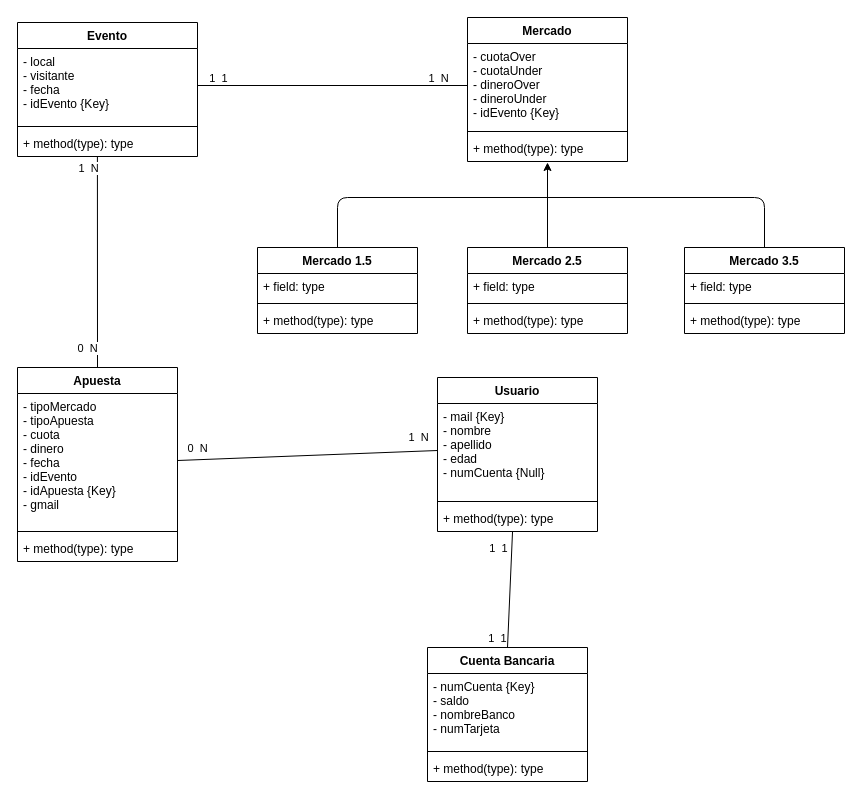
The draw.io diagram Modelos/Diseño conceptual.drawio in adrianjavier/PlaceMyBet2, before the edit. Source tidied: cells renumbered, new cells numbered last; positions are measured from the earlier drawing's top-left corner, leaving out a move shared by most shapes. Both pictures are drawn from the tidied source at 100%, with x=0, y=0 at pixel (17, 17).
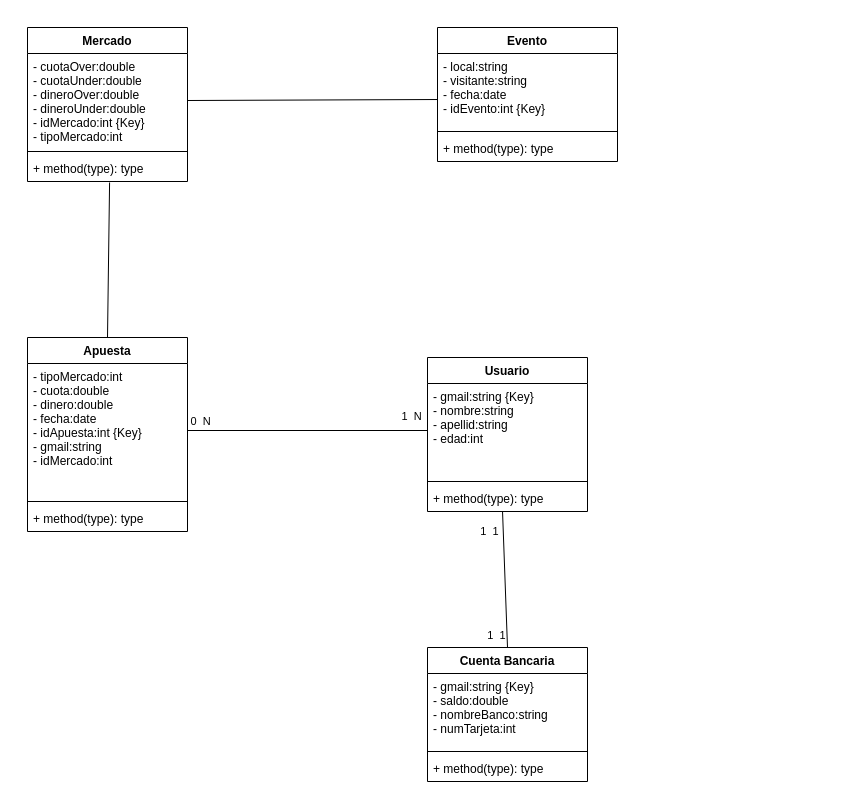
The same diagram, later.

The edit, as a diff of the source:
```diff
@@
-    <mxCell id="8" style="endArrow=none;html=1;entryX=1;entryY=0.5;entryDx=0;entryDy=0;exitX=0;exitY=0.5;exitDx=0;exitDy=0;endFill=0;" parent="1" edge="1" source="27" target="31">
-      <mxGeometry relative="1" as="geometry" />
-    </mxCell>
-    <mxCell id="9" value="1&amp;nbsp; N" style="edgeLabel;html=1;align=center;verticalAlign=middle;" parent="8" vertex="1">
-      <mxGeometry x="-0.24" y="-4" relative="1" as="geometry">
-        <mxPoint x="73" y="-4" as="offset" />
-      </mxGeometry>
-    </mxCell>
-    <mxCell id="10" value="1&amp;nbsp; 1" style="edgeLabel;html=1;align=center;verticalAlign=middle;" parent="8" vertex="1">
-      <mxGeometry x="0.09" y="-3" relative="1" as="geometry">
-        <mxPoint x="-103" y="-5" as="offset" />
-      </mxGeometry>
-    </mxCell>
-    <mxCell id="11" value="Mercado 2.5" style="swimlane;fontStyle=1;align=center;verticalAlign=top;horizontal=1;startSize=26;" parent="1" vertex="1">
-      <mxGeometry x="450" y="230" width="160" height="86" as="geometry" />
-    </mxCell>
-    <mxCell id="12" value="+ field: type" style="text;strokeColor=none;fillColor=none;align=left;verticalAlign=top;spacingLeft=4;spacingRight=4;overflow=hidden;" parent="11" vertex="1">
-      <mxGeometry y="26" width="160" height="26" as="geometry" />
-    </mxCell>
-    <mxCell id="13" style="line;strokeWidth=1;fillColor=none;align=left;verticalAlign=middle;spacingTop=-1;spacingLeft=3;spacingRight=3;labelPosition=right;" parent="11" vertex="1">
-      <mxGeometry y="52" width="160" height="8" as="geometry" />
-    </mxCell>
-    <mxCell id="14" value="+ method(type): type" style="text;strokeColor=none;fillColor=none;align=left;verticalAlign=top;spacingLeft=4;spacingRight=4;overflow=hidden;" parent="11" vertex="1">
-      <mxGeometry y="60" width="160" height="26" as="geometry" />
-    </mxCell>
-    <mxCell id="15" value="Mercado 1.5" style="swimlane;fontStyle=1;align=center;verticalAlign=top;horizontal=1;startSize=26;" parent="1" vertex="1">
-      <mxGeometry x="240" y="230" width="160" height="86" as="geometry" />
-    </mxCell>
-    <mxCell id="16" value="+ field: type" style="text;strokeColor=none;fillColor=none;align=left;verticalAlign=top;spacingLeft=4;spacingRight=4;overflow=hidden;" parent="15" vertex="1">
-      <mxGeometry y="26" width="160" height="26" as="geometry" />
-    </mxCell>
-    <mxCell id="17" style="line;strokeWidth=1;fillColor=none;align=left;verticalAlign=middle;spacingTop=-1;spacingLeft=3;spacingRight=3;labelPosition=right;" parent="15" vertex="1">
-      <mxGeometry y="52" width="160" height="8" as="geometry" />
-    </mxCell>
-    <mxCell id="18" value="+ method(type): type" style="text;strokeColor=none;fillColor=none;align=left;verticalAlign=top;spacingLeft=4;spacingRight=4;overflow=hidden;" parent="15" vertex="1">
-      <mxGeometry y="60" width="160" height="26" as="geometry" />
-    </mxCell>
-    <mxCell id="19" value="Mercado 3.5" style="swimlane;fontStyle=1;align=center;verticalAlign=top;horizontal=1;startSize=26;" parent="1" vertex="1">
-      <mxGeometry x="667" y="230" width="160" height="86" as="geometry" />
-    </mxCell>
-    <mxCell id="20" value="+ field: type" style="text;strokeColor=none;fillColor=none;align=left;verticalAlign=top;spacingLeft=4;spacingRight=4;overflow=hidden;" parent="19" vertex="1">
-      <mxGeometry y="26" width="160" height="26" as="geometry" />
-    </mxCell>
-    <mxCell id="21" style="line;strokeWidth=1;fillColor=none;align=left;verticalAlign=middle;spacingTop=-1;spacingLeft=3;spacingRight=3;labelPosition=right;" parent="19" vertex="1">
-      <mxGeometry y="52" width="160" height="8" as="geometry" />
-    </mxCell>
-    <mxCell id="22" value="+ method(type): type" style="text;strokeColor=none;fillColor=none;align=left;verticalAlign=top;spacingLeft=4;spacingRight=4;overflow=hidden;" parent="19" vertex="1">
-      <mxGeometry y="60" width="160" height="26" as="geometry" />
-    </mxCell>
-    <mxCell id="23" style="endArrow=none;html=1;exitX=0.5;exitY=0;exitDx=0;exitDy=0;endFill=0;" parent="1" edge="1" source="15">
-      <mxGeometry relative="1" as="geometry">
-        <mxPoint x="511" y="180" as="targetPoint" />
-        <Array as="points">
-          <mxPoint x="320" y="180" />
-        </Array>
-      </mxGeometry>
-    </mxCell>
-    <mxCell id="24" style="endArrow=none;html=1;exitX=0.5;exitY=0;exitDx=0;exitDy=0;endFill=0;" parent="1" edge="1" source="19">
-      <mxGeometry relative="1" as="geometry">
-        <mxPoint x="510" y="180" as="targetPoint" />
-        <Array as="points">
-          <mxPoint x="747" y="180" />
-        </Array>
-      </mxGeometry>
-    </mxCell>
-    <mxCell id="25" style="endArrow=classic;html=1;exitX=0.5;exitY=0;exitDx=0;exitDy=0;entryX=0.5;entryY=1.038;entryDx=0;entryDy=0;entryPerimeter=0;" parent="1" edge="1" source="11" target="29">
-      <mxGeometry relative="1" as="geometry" />
-    </mxCell>
+    <mxCell id="41" value="Cuenta Bancaria" style="swimlane;fontStyle=1;align=center;verticalAlign=top;horizontal=1;startSize=26;" parent="1" vertex="1">
+      <mxGeometry x="410" y="630" width="160" height="134" as="geometry" />
+    </mxCell>
+    <mxCell id="42" value="- gmail:string {Key}&#10;- saldo:double&#10;- nombreBanco:string&#10;- numTarjeta:int" style="text;strokeColor=none;fillColor=none;align=left;verticalAlign=top;spacingLeft=4;spacingRight=4;overflow=hidden;" parent="41" vertex="1">
+      <mxGeometry y="26" width="160" height="74" as="geometry" />
+    </mxCell>
+    <mxCell id="43" style="line;strokeWidth=1;fillColor=none;align=left;verticalAlign=middle;spacingTop=-1;spacingLeft=3;spacingRight=3;labelPosition=right;" parent="41" vertex="1">
+      <mxGeometry y="100" width="160" height="8" as="geometry" />
+    </mxCell>
+    <mxCell id="44" value="+ method(type): type" style="text;strokeColor=none;fillColor=none;align=left;verticalAlign=top;spacingLeft=4;spacingRight=4;overflow=hidden;" parent="41" vertex="1">
+      <mxGeometry y="108" width="160" height="26" as="geometry" />
+    </mxCell>
+    <mxCell id="30" value="Evento" style="swimlane;fontStyle=1;align=center;verticalAlign=top;horizontal=1;startSize=26;" parent="1" vertex="1">
+      <mxGeometry x="420" y="10" width="180" height="134" as="geometry" />
+    </mxCell>
+    <mxCell id="31" value="- local:string&#10;- visitante:string&#10;- fecha:date&#10;- idEvento:int {Key}" style="text;strokeColor=none;fillColor=none;align=left;verticalAlign=top;spacingLeft=4;spacingRight=4;overflow=hidden;points=[[0,0.5],[1,0.5]];portConstraint=eastwest;" parent="30" vertex="1">
+      <mxGeometry y="26" width="180" height="74" as="geometry" />
+    </mxCell>
+    <mxCell id="32" style="line;strokeWidth=1;fillColor=none;align=left;verticalAlign=middle;spacingTop=-1;spacingLeft=3;spacingRight=3;labelPosition=right;" parent="30" vertex="1">
+      <mxGeometry y="100" width="180" height="8" as="geometry" />
+    </mxCell>
+    <mxCell id="33" value="+ method(type): type" style="text;strokeColor=none;fillColor=none;align=left;verticalAlign=top;spacingLeft=4;spacingRight=4;overflow=hidden;points=[[0,0.5],[1,0.5]];portConstraint=eastwest;" parent="30" vertex="1">
+      <mxGeometry y="108" width="180" height="26" as="geometry" />
+    </mxCell>
     <mxCell id="26" value="Mercado" style="swimlane;fontStyle=1;align=center;verticalAlign=top;horizontal=1;startSize=26;" parent="1" vertex="1">
-      <mxGeometry x="450" width="160" height="144" as="geometry" />
+      <mxGeometry x="10" y="10" width="160" height="154" as="geometry" />
     </mxCell>
-    <mxCell id="27" value="- cuotaOver&#10;- cuotaUnder&#10;- dineroOver&#10;- dineroUnder&#10;- idEvento {Key}" style="text;strokeColor=none;fillColor=none;align=left;verticalAlign=top;spacingLeft=4;spacingRight=4;overflow=hidden;points=[[0,0.5],[1,0.5]];portConstraint=eastwest;" parent="26" vertex="1">
-      <mxGeometry y="26" width="160" height="84" as="geometry" />
+    <mxCell id="27" value="- cuotaOver:double&#10;- cuotaUnder:double&#10;- dineroOver:double&#10;- dineroUnder:double&#10;- idMercado:int {Key}&#10;- tipoMercado:int" style="text;strokeColor=none;fillColor=none;align=left;verticalAlign=top;spacingLeft=4;spacingRight=4;overflow=hidden;points=[[0,0.5],[1,0.5]];portConstraint=eastwest;" parent="26" vertex="1">
+      <mxGeometry y="26" width="160" height="94" as="geometry" />
     </mxCell>
     <mxCell id="28" style="line;strokeWidth=1;fillColor=none;align=left;verticalAlign=middle;spacingTop=-1;spacingLeft=3;spacingRight=3;labelPosition=right;" parent="26" vertex="1">
-      <mxGeometry y="110" width="160" height="8" as="geometry" />
+      <mxGeometry y="120" width="160" height="8" as="geometry" />
     </mxCell>
     <mxCell id="29" value="+ method(type): type" style="text;strokeColor=none;fillColor=none;align=left;verticalAlign=top;spacingLeft=4;spacingRight=4;overflow=hidden;points=[[0,0.5],[1,0.5]];portConstraint=eastwest;" parent="26" vertex="1">
-      <mxGeometry y="118" width="160" height="26" as="geometry" />
+      <mxGeometry y="128" width="160" height="26" as="geometry" />
     </mxCell>
-    <mxCell id="30" value="Evento" style="swimlane;fontStyle=1;align=center;verticalAlign=top;horizontal=1;startSize=26;" parent="1" vertex="1">
-      <mxGeometry y="5" width="180" height="134" as="geometry" />
-    </mxCell>
-    <mxCell id="31" value="- local&#10;- visitante&#10;- fecha&#10;- idEvento {Key}" style="text;strokeColor=none;fillColor=none;align=left;verticalAlign=top;spacingLeft=4;spacingRight=4;overflow=hidden;points=[[0,0.5],[1,0.5]];portConstraint=eastwest;" parent="30" vertex="1">
-      <mxGeometry y="26" width="180" height="74" as="geometry" />
-    </mxCell>
-    <mxCell id="32" style="line;strokeWidth=1;fillColor=none;align=left;verticalAlign=middle;spacingTop=-1;spacingLeft=3;spacingRight=3;labelPosition=right;" parent="30" vertex="1">
-      <mxGeometry y="100" width="180" height="8" as="geometry" />
-    </mxCell>
-    <mxCell id="33" value="+ method(type): type" style="text;strokeColor=none;fillColor=none;align=left;verticalAlign=top;spacingLeft=4;spacingRight=4;overflow=hidden;points=[[0,0.5],[1,0.5]];portConstraint=eastwest;" parent="30" vertex="1">
-      <mxGeometry y="108" width="180" height="26" as="geometry" />
-    </mxCell>
+    <mxCell id="49" style="endArrow=none;html=1;entryX=0.513;entryY=1.038;entryDx=0;entryDy=0;entryPerimeter=0;exitX=0.5;exitY=0;exitDx=0;exitDy=0;" parent="1" edge="1" source="45" target="29">
+      <mxGeometry relative="1" as="geometry" />
+    </mxCell>
+    <mxCell id="8" style="endArrow=none;html=1;entryX=0;entryY=0.622;entryDx=0;entryDy=0;entryPerimeter=0;exitX=1;exitY=0.5;exitDx=0;exitDy=0;" parent="1" edge="1" source="27" target="31">
+      <mxGeometry relative="1" as="geometry" />
+    </mxCell>
+    <mxCell id="45" value="Apuesta" style="swimlane;fontStyle=1;align=center;verticalAlign=top;horizontal=1;startSize=26;" parent="1" vertex="1">
+      <mxGeometry x="10" y="320" width="160" height="194" as="geometry" />
+    </mxCell>
+    <mxCell id="46" value="- tipoMercado:int&#10;- cuota:double&#10;- dinero:double&#10;- fecha:date&#10;- idApuesta:int {Key}&#10;- gmail:string&#10;- idMercado:int" style="text;strokeColor=none;fillColor=none;align=left;verticalAlign=top;spacingLeft=4;spacingRight=4;overflow=hidden;points=[[0,0.5],[1,0.5]];portConstraint=eastwest;" parent="45" vertex="1">
+      <mxGeometry y="26" width="160" height="134" as="geometry" />
+    </mxCell>
+    <mxCell id="47" style="line;strokeWidth=1;fillColor=none;align=left;verticalAlign=middle;spacingTop=-1;spacingLeft=3;spacingRight=3;labelPosition=right;" parent="45" vertex="1">
+      <mxGeometry y="160" width="160" height="8" as="geometry" />
+    </mxCell>
+    <mxCell id="48" value="+ method(type): type" style="text;strokeColor=none;fillColor=none;align=left;verticalAlign=top;spacingLeft=4;spacingRight=4;overflow=hidden;" parent="45" vertex="1">
+      <mxGeometry y="168" width="160" height="26" as="geometry" />
+    </mxCell>
     <mxCell id="34" value="Usuario" style="swimlane;fontStyle=1;align=center;verticalAlign=top;horizontal=1;startSize=26;" parent="1" vertex="1">
-      <mxGeometry x="420" y="360" width="160" height="154" as="geometry" />
+      <mxGeometry x="410" y="340" width="160" height="154" as="geometry" />
     </mxCell>
-    <mxCell id="35" value="- mail {Key}&#10;- nombre&#10;- apellido&#10;- edad&#10;- numCuenta {Null}" style="text;strokeColor=none;fillColor=none;align=left;verticalAlign=top;spacingLeft=4;spacingRight=4;overflow=hidden;points=[[0,0.5],[1,0.5]];portConstraint=eastwest;" parent="34" vertex="1">
+    <mxCell id="35" value="- gmail:string {Key}&#10;- nombre:string&#10;- apellid:string&#10;- edad:int" style="text;strokeColor=none;fillColor=none;align=left;verticalAlign=top;spacingLeft=4;spacingRight=4;overflow=hidden;points=[[0,0.5],[1,0.5]];portConstraint=eastwest;" parent="34" vertex="1">
       <mxGeometry y="26" width="160" height="94" as="geometry" />
     </mxCell>
@@
-    <mxCell id="38" style="endArrow=none;html=1;exitX=0.5;exitY=0;exitDx=0;exitDy=0;endFill=0;entryX=0.444;entryY=1;entryDx=0;entryDy=0;entryPerimeter=0;" parent="1" edge="1" source="45" target="33">
-      <mxGeometry relative="1" as="geometry" />
-    </mxCell>
-    <mxCell id="39" value="1&amp;nbsp;&amp;nbsp;N" style="edgeLabel;html=1;align=center;verticalAlign=middle;" parent="38" vertex="1">
-      <mxGeometry x="0.82" y="2" relative="1" as="geometry">
-        <mxPoint x="-7.9" y="-8" as="offset" />
-      </mxGeometry>
-    </mxCell>
-    <mxCell id="40" value="0&amp;nbsp; N" style="edgeLabel;html=1;align=center;verticalAlign=middle;" parent="38" vertex="1">
-      <mxGeometry x="-0.78" relative="1" as="geometry">
-        <mxPoint x="-10" y="3" as="offset" />
-      </mxGeometry>
-    </mxCell>
-    <mxCell id="41" value="Cuenta Bancaria" style="swimlane;fontStyle=1;align=center;verticalAlign=top;horizontal=1;startSize=26;" parent="1" vertex="1">
-      <mxGeometry x="410" y="630" width="160" height="134" as="geometry" />
-    </mxCell>
-    <mxCell id="42" value="- numCuenta {Key}&#10;- saldo&#10;- nombreBanco&#10;- numTarjeta" style="text;strokeColor=none;fillColor=none;align=left;verticalAlign=top;spacingLeft=4;spacingRight=4;overflow=hidden;" parent="41" vertex="1">
-      <mxGeometry y="26" width="160" height="74" as="geometry" />
-    </mxCell>
-    <mxCell id="43" style="line;strokeWidth=1;fillColor=none;align=left;verticalAlign=middle;spacingTop=-1;spacingLeft=3;spacingRight=3;labelPosition=right;" parent="41" vertex="1">
-      <mxGeometry y="100" width="160" height="8" as="geometry" />
-    </mxCell>
-    <mxCell id="44" value="+ method(type): type" style="text;strokeColor=none;fillColor=none;align=left;verticalAlign=top;spacingLeft=4;spacingRight=4;overflow=hidden;" parent="41" vertex="1">
-      <mxGeometry y="108" width="160" height="26" as="geometry" />
-    </mxCell>
-    <mxCell id="45" value="Apuesta" style="swimlane;fontStyle=1;align=center;verticalAlign=top;horizontal=1;startSize=26;" parent="1" vertex="1">
-      <mxGeometry y="350" width="160" height="194" as="geometry" />
-    </mxCell>
-    <mxCell id="46" value="- tipoMercado&#10;- tipoApuesta&#10;- cuota&#10;- dinero&#10;- fecha &#10;- idEvento&#10;- idApuesta {Key}&#10;- gmail" style="text;strokeColor=none;fillColor=none;align=left;verticalAlign=top;spacingLeft=4;spacingRight=4;overflow=hidden;points=[[0,0.5],[1,0.5]];portConstraint=eastwest;" parent="45" vertex="1">
-      <mxGeometry y="26" width="160" height="134" as="geometry" />
-    </mxCell>
-    <mxCell id="47" style="line;strokeWidth=1;fillColor=none;align=left;verticalAlign=middle;spacingTop=-1;spacingLeft=3;spacingRight=3;labelPosition=right;" parent="45" vertex="1">
-      <mxGeometry y="160" width="160" height="8" as="geometry" />
-    </mxCell>
-    <mxCell id="48" value="+ method(type): type" style="text;strokeColor=none;fillColor=none;align=left;verticalAlign=top;spacingLeft=4;spacingRight=4;overflow=hidden;" parent="45" vertex="1">
-      <mxGeometry y="168" width="160" height="26" as="geometry" />
-    </mxCell>
```
